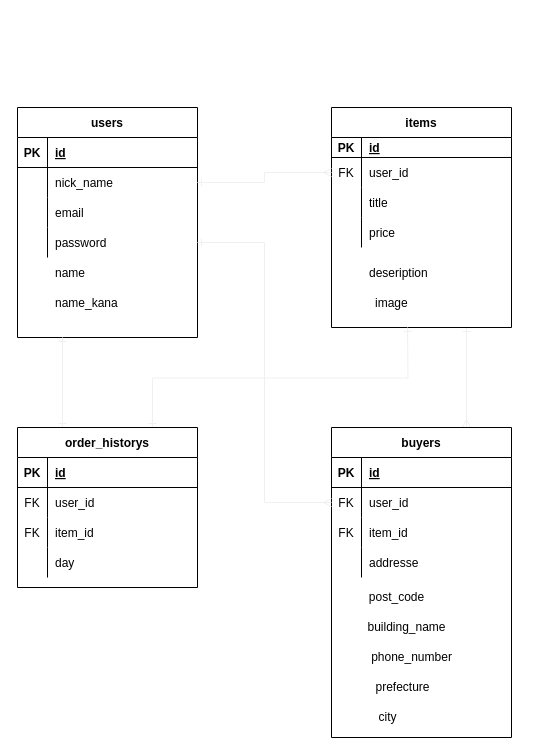
aizawa1018/furima-35402 keeps this draw.io diagram as test.dio. Above is the earlier version. Source tidied: cells renumbered, new cells numbered last; positions are measured from the earlier drawing's top-left corner, leaving out a move shared by most shapes. Both pictures are drawn from the tidied source at 100%, with x=0, y=0 at pixel (17, 107).
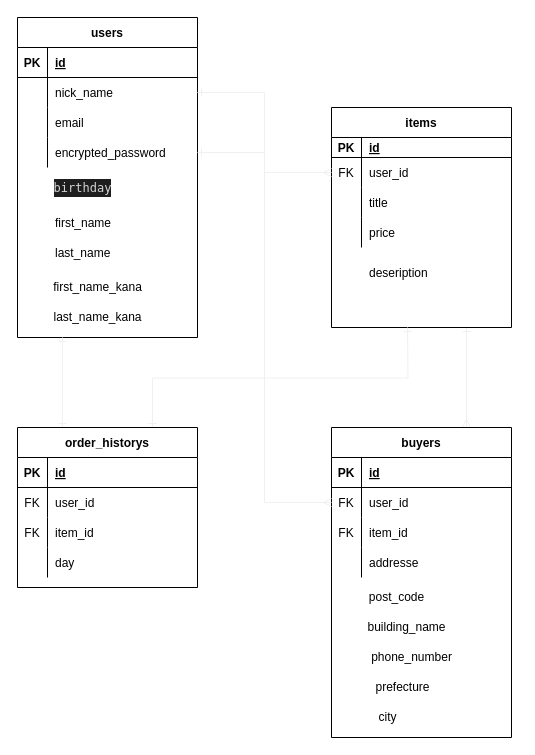
The same page after the edit.

The change refers to these unchanged cells:
```xml
<mxCell id="12" style="shape=partialRectangle;fillColor=none;top=0;left=0;bottom=0;right=0;points=[[0,0.5],[1,0.5]];portConstraint=eastwest;" parent="2" vertex="1">
  <mxGeometry y="120" width="180" height="30" as="geometry" />
</mxCell>
```

Diff of the diagram source:
```diff
@@
     <mxCell id="2" value="users" style="shape=table;startSize=30;childLayout=tableLayout;rowLines=0;fontStyle=1;align=center;" parent="1" vertex="1">
-      <mxGeometry width="180" height="230" as="geometry" />
+      <mxGeometry y="-90" width="180" height="320" as="geometry" />
     </mxCell>
@@
-    <mxCell id="14" value="password" style="shape=partialRectangle;fillColor=none;top=0;left=0;bottom=0;right=0;align=left;spacingLeft=6;overflow=hidden;" parent="12" vertex="1">
+    <mxCell id="14" value="encrypted_password" style="shape=partialRectangle;fillColor=none;top=0;left=0;bottom=0;right=0;align=left;spacingLeft=6;overflow=hidden;" parent="12" vertex="1">
       <mxGeometry x="30" width="150" height="30" as="geometry" />
     </mxCell>
-    <mxCell id="15" value="name" style="shape=partialRectangle;fillColor=none;top=0;left=0;bottom=0;right=0;align=left;spacingLeft=6;overflow=hidden;" parent="1" vertex="1">
-      <mxGeometry x="30" y="150" width="150" height="30" as="geometry" />
+    <mxCell id="15" value="first_name" style="shape=partialRectangle;fillColor=none;top=0;left=0;bottom=0;right=0;align=left;spacingLeft=6;overflow=hidden;" parent="1" vertex="1">
+      <mxGeometry x="30" y="100" width="150" height="30" as="geometry" />
     </mxCell>
-    <mxCell id="16" value="name_kana" style="shape=partialRectangle;fillColor=none;top=0;left=0;bottom=0;right=0;align=left;spacingLeft=6;overflow=hidden;" parent="1" vertex="1">
-      <mxGeometry x="30" y="180" width="150" height="30" as="geometry" />
+    <mxCell id="16" value="last_name" style="shape=partialRectangle;fillColor=none;top=0;left=0;bottom=0;right=0;align=left;spacingLeft=6;overflow=hidden;" parent="1" vertex="1">
+      <mxGeometry x="30" y="130" width="150" height="30" as="geometry" />
     </mxCell>
@@
-    <mxCell id="32" value="image" style="shape=partialRectangle;fillColor=none;top=0;left=0;bottom=0;right=0;align=left;spacingLeft=6;overflow=hidden;" parent="1" vertex="1">
+    <mxCell id="32" style="shape=partialRectangle;fillColor=none;top=0;left=0;bottom=0;right=0;align=left;spacingLeft=6;overflow=hidden;" parent="1" vertex="1">
       <mxGeometry x="350" y="180" width="150" height="30" as="geometry" />
     </mxCell>
@@
+    <mxCell id="68" value="&lt;div style=&quot;color: rgb(212 , 212 , 212) ; background-color: rgb(30 , 30 , 30) ; font-family: &amp;#34;menlo&amp;#34; , &amp;#34;monaco&amp;#34; , &amp;#34;courier new&amp;#34; , monospace ; line-height: 18px&quot;&gt;birthday&lt;/div&gt;" style="text;html=1;align=center;verticalAlign=middle;" parent="1" vertex="1">
+      <mxGeometry x="30" y="70" width="70" height="20" as="geometry" />
+    </mxCell>
+    <mxCell id="69" value="first_name_kana" style="text;html=1;align=center;verticalAlign=middle;" parent="1" vertex="1">
+      <mxGeometry x="30" y="170" width="100" height="20" as="geometry" />
+    </mxCell>
+    <mxCell id="70" value="last_name_kana" style="text;html=1;align=center;verticalAlign=middle;" parent="1" vertex="1">
+      <mxGeometry x="30" y="200" width="100" height="20" as="geometry" />
+    </mxCell>
```
